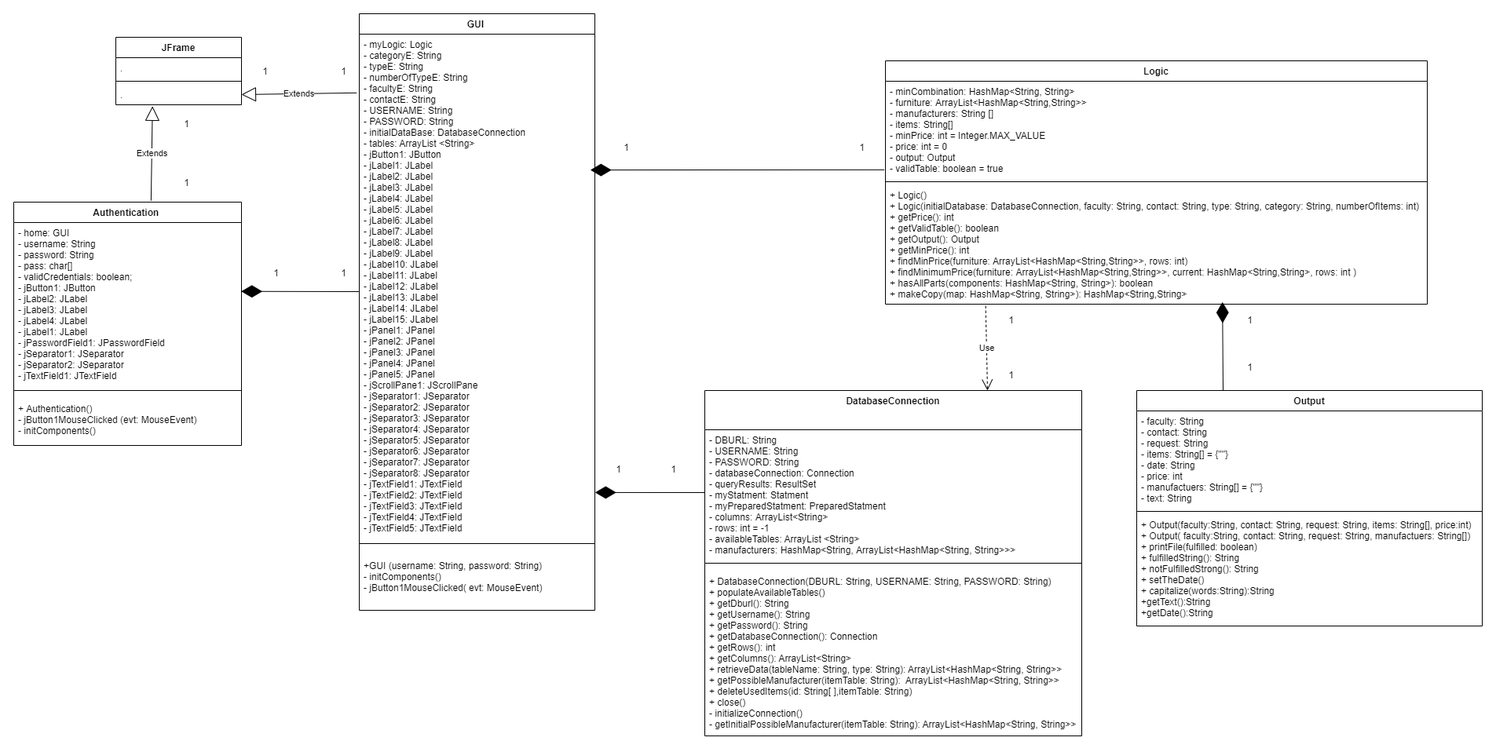
Before: submissions/UML Diagram.png, a diagram exported from draw.io (ahmeda110/Supply). Source tidied: cells renumbered, new cells last; positions are measured from the earlier drawing's top-left corner, leaving out a move shared by most shapes.
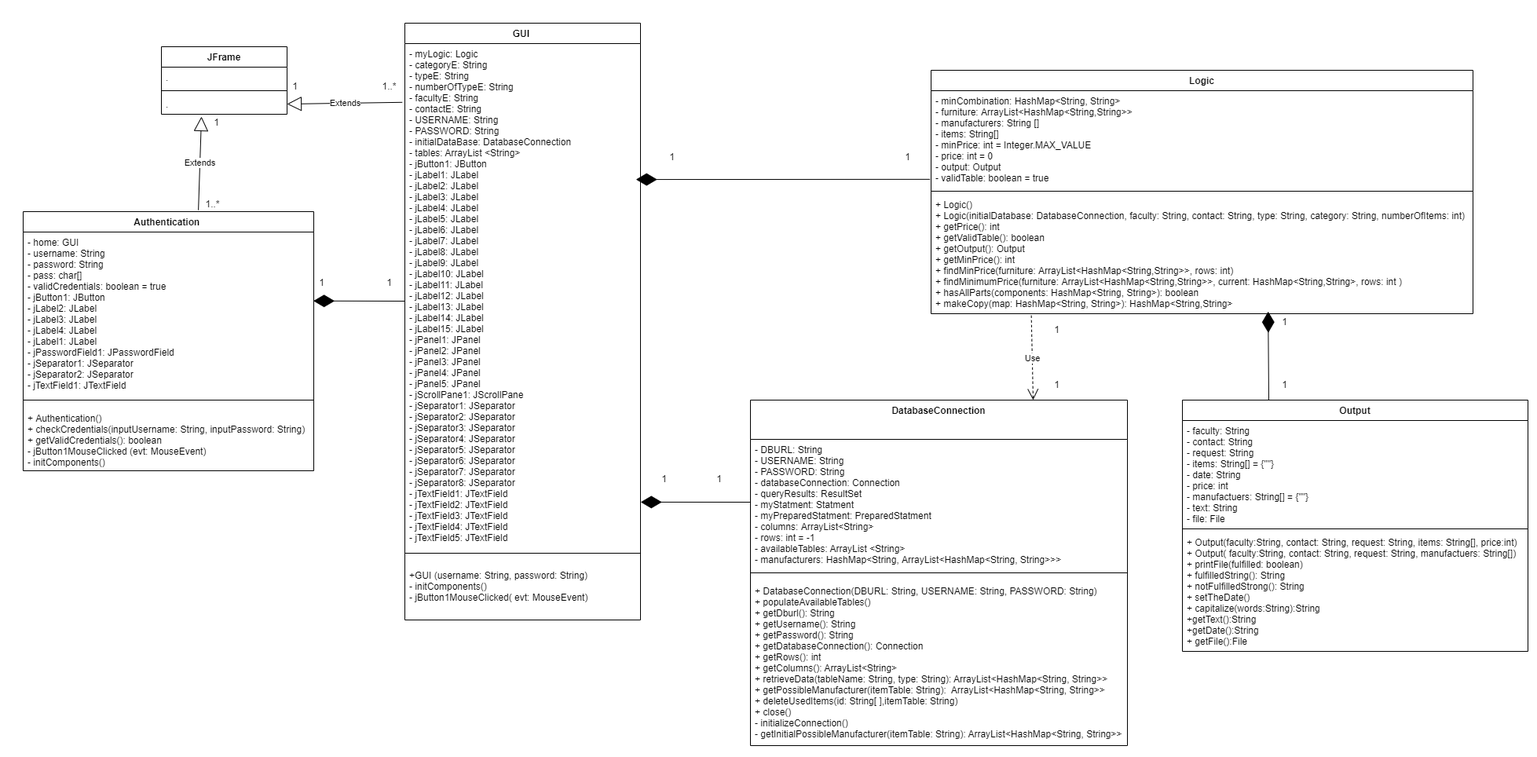
Above is the later version.

The edit, as a diff of the source:
```diff
@@ -27,16 +27,16 @@
       <mxGeometry y="690" width="300" height="60" as="geometry" />
     </mxCell>
     <mxCell id="10" value="Output" style="swimlane;fontStyle=1;align=center;verticalAlign=top;horizontal=1;startSize=26;" parent="1" vertex="1">
-      <mxGeometry x="1430" y="480" width="440" height="300" as="geometry" />
+      <mxGeometry x="1430" y="480" width="440" height="320" as="geometry" />
     </mxCell>
-    <mxCell id="11" value="- faculty: String&#10;- contact: String&#10;- request: String &#10;- items: String[] = {&quot;&quot;}&#10;- date: String&#10;- price: int&#10;- manufactuers: String[] = {&quot;&quot;}&#10;- text: String" style="text;strokeColor=none;fillColor=none;align=left;verticalAlign=top;spacingLeft=4;spacingRight=4;overflow=hidden;" parent="10" vertex="1">
-      <mxGeometry y="26" width="440" height="124" as="geometry" />
+    <mxCell id="11" value="- faculty: String&#10;- contact: String&#10;- request: String &#10;- items: String[] = {&quot;&quot;}&#10;- date: String&#10;- price: int&#10;- manufactuers: String[] = {&quot;&quot;}&#10;- text: String&#10;- file: File" style="text;strokeColor=none;fillColor=none;align=left;verticalAlign=top;spacingLeft=4;spacingRight=4;overflow=hidden;" parent="10" vertex="1">
+      <mxGeometry y="26" width="440" height="134" as="geometry" />
     </mxCell>
     <mxCell id="12" style="line;strokeWidth=1;fillColor=none;align=left;verticalAlign=middle;spacingTop=-1;spacingLeft=3;spacingRight=3;labelPosition=right;" parent="10" vertex="1">
-      <mxGeometry y="150" width="440" height="8" as="geometry" />
+      <mxGeometry y="160" width="440" height="8" as="geometry" />
     </mxCell>
-    <mxCell id="13" value="+ Output(faculty:String, contact: String, request: String, items: String[], price:int)&#10;+ Output( faculty:String, contact: String, request: String, manufactuers: String[])&#10;+ printFile(fulfilled: boolean)&#10;+ fulfilledString(): String &#10;+ notFulfilledStrong(): String&#10;+ setTheDate()&#10;+ capitalize(words:String):String&#10;+getText():String&#10;+getDate():String&#10;" style="text;strokeColor=none;fillColor=none;align=left;verticalAlign=top;spacingLeft=4;spacingRight=4;overflow=hidden;" parent="10" vertex="1">
-      <mxGeometry y="158" width="440" height="142" as="geometry" />
+    <mxCell id="13" value="+ Output(faculty:String, contact: String, request: String, items: String[], price:int)&#10;+ Output( faculty:String, contact: String, request: String, manufactuers: String[])&#10;+ printFile(fulfilled: boolean)&#10;+ fulfilledString(): String &#10;+ notFulfilledStrong(): String&#10;+ setTheDate()&#10;+ capitalize(words:String):String&#10;+getText():String&#10;+getDate():String&#10;+ getFile():File&#10;" style="text;strokeColor=none;fillColor=none;align=left;verticalAlign=top;spacingLeft=4;spacingRight=4;overflow=hidden;" parent="10" vertex="1">
+      <mxGeometry y="168" width="440" height="152" as="geometry" />
     </mxCell>
     <mxCell id="14" value="Logic" style="swimlane;fontStyle=1;align=center;verticalAlign=top;horizontal=1;startSize=26;" parent="1" vertex="1">
       <mxGeometry x="1110" y="60" width="690" height="310" as="geometry" />
@@ -51,16 +51,16 @@
       <mxGeometry y="158" width="690" height="152" as="geometry" />
     </mxCell>
     <mxCell id="18" value="Authentication " style="swimlane;fontStyle=1;align=center;verticalAlign=top;horizontal=1;startSize=26;rounded=0;shadow=0;strokeWidth=1;" parent="1" vertex="1">
-      <mxGeometry y="240" width="290" height="310" as="geometry" />
+      <mxGeometry x="-46" y="240" width="370" height="330" as="geometry" />
     </mxCell>
-    <mxCell id="19" value="- home: GUI&#10;- username: String&#10;- password: String&#10;- pass: char[]&#10;- validCredentials: boolean;&#10;- jButton1: JButton&#10;- jLabel2: JLabel&#10;- jLabel3: JLabel&#10;- jLabel4: JLabel&#10;- jLabel1: JLabel&#10;- jPasswordField1: JPasswordField&#10;- jSeparator1: JSeparator&#10;- jSeparator2: JSeparator&#10;- jTextField1: JTextField" style="text;strokeColor=none;fillColor=none;align=left;verticalAlign=top;spacingLeft=4;spacingRight=4;overflow=hidden;points=[[0,0.5],[1,0.5]];portConstraint=eastwest;" parent="18" vertex="1">
-      <mxGeometry y="26" width="290" height="204" as="geometry" />
+    <mxCell id="19" value="- home: GUI&#10;- username: String&#10;- password: String&#10;- pass: char[]&#10;- validCredentials: boolean = true&#10;- jButton1: JButton&#10;- jLabel2: JLabel&#10;- jLabel3: JLabel&#10;- jLabel4: JLabel&#10;- jLabel1: JLabel&#10;- jPasswordField1: JPasswordField&#10;- jSeparator1: JSeparator&#10;- jSeparator2: JSeparator&#10;- jTextField1: JTextField" style="text;strokeColor=none;fillColor=none;align=left;verticalAlign=top;spacingLeft=4;spacingRight=4;overflow=hidden;points=[[0,0.5],[1,0.5]];portConstraint=eastwest;" parent="18" vertex="1">
+      <mxGeometry y="26" width="370" height="204" as="geometry" />
     </mxCell>
     <mxCell id="20" style="line;html=1;strokeWidth=1;align=left;verticalAlign=middle;spacingTop=-1;spacingLeft=3;spacingRight=3;labelPosition=right;" parent="18" vertex="1">
-      <mxGeometry y="230" width="290" height="20" as="geometry" />
+      <mxGeometry y="230" width="370" height="20" as="geometry" />
     </mxCell>
-    <mxCell id="21" value="+ Authentication()&#10;- jButton1MouseClicked (evt: MouseEvent)&#10;- initComponents()" style="text;strokeColor=none;fillColor=none;align=left;verticalAlign=top;spacingLeft=4;spacingRight=4;overflow=hidden;" parent="18" vertex="1">
-      <mxGeometry y="250" width="290" height="60" as="geometry" />
+    <mxCell id="21" value="+ Authentication()&#10;+ checkCredentials(inputUsername: String, inputPassword: String)&#10;+ getValidCredentials(): boolean&#10;- jButton1MouseClicked (evt: MouseEvent)&#10;- initComponents()" style="text;strokeColor=none;fillColor=none;align=left;verticalAlign=top;spacingLeft=4;spacingRight=4;overflow=hidden;" parent="18" vertex="1">
+      <mxGeometry y="250" width="370" height="80" as="geometry" />
     </mxCell>
     <mxCell id="22" style="endArrow=diamondThin;endFill=1;endSize=24;html=1;exitX=0;exitY=0.5;exitDx=0;exitDy=0;entryX=1.001;entryY=0.921;entryDx=0;entryDy=0;entryPerimeter=0;" parent="1" edge="1" source="3" target="7">
       <mxGeometry relative="1" as="geometry" />
@@ -77,7 +77,7 @@
     <mxCell id="26" value="." style="text;strokeColor=none;fillColor=none;align=left;verticalAlign=top;spacingLeft=4;spacingRight=4;overflow=hidden;points=[[0,0.5],[1,0.5]];portConstraint=eastwest;" parent="23" vertex="1">
       <mxGeometry y="60" width="160" height="26" as="geometry" />
     </mxCell>
-    <mxCell id="27" value="Extends" style="endArrow=block;endSize=16;endFill=0;html=1;entryX=0.292;entryY=1.071;entryDx=0;entryDy=0;exitX=0.603;exitY=-0.006;exitDx=0;exitDy=0;exitPerimeter=0;entryPerimeter=0;" parent="1" edge="1" source="18" target="26">
+    <mxCell id="27" value="Extends" style="endArrow=block;endSize=16;endFill=0;html=1;exitX=0.603;exitY=-0.006;exitDx=0;exitDy=0;exitPerimeter=0;entryX=0.319;entryY=1.115;entryDx=0;entryDy=0;entryPerimeter=0;" parent="1" edge="1" source="18" target="26">
       <mxGeometry relative="1" as="geometry" />
     </mxCell>
     <mxCell id="28" value="Extends" style="endArrow=block;endSize=16;endFill=0;html=1;entryX=1;entryY=0.5;entryDx=0;entryDy=0;exitX=-0.011;exitY=0.118;exitDx=0;exitDy=0;exitPerimeter=0;" parent="1" edge="1" source="7" target="26">
@@ -98,10 +98,10 @@
       <mxGeometry relative="1" as="geometry" />
     </mxCell>
     <mxCell id="33" value="1" style="text;html=1;align=center;verticalAlign=middle;strokeColor=none;" parent="1" vertex="1">
-      <mxGeometry x="310" y="63" width="20" height="20" as="geometry" />
+      <mxGeometry x="290" y="70" width="20" height="20" as="geometry" />
     </mxCell>
-    <mxCell id="34" value="1" style="text;html=1;align=center;verticalAlign=middle;strokeColor=none;" parent="1" vertex="1">
-      <mxGeometry x="410" y="63" width="20" height="20" as="geometry" />
+    <mxCell id="34" value="1..*" style="text;html=1;align=center;verticalAlign=middle;strokeColor=none;" parent="1" vertex="1">
+      <mxGeometry x="405" y="70" width="30" height="20" as="geometry" />
     </mxCell>
     <mxCell id="35" value="1" style="text;html=1;align=center;verticalAlign=middle;strokeColor=none;" parent="1" vertex="1">
       <mxGeometry x="770" y="160" width="20" height="20" as="geometry" />
@@ -128,16 +128,16 @@
       <mxGeometry x="1260" y="450" width="20" height="20" as="geometry" />
     </mxCell>
     <mxCell id="43" value="1" style="text;html=1;align=center;verticalAlign=middle;strokeColor=none;" parent="1" vertex="1">
-      <mxGeometry x="1564" y="380" width="20" height="20" as="geometry" />
+      <mxGeometry x="1550" y="370" width="20" height="20" as="geometry" />
     </mxCell>
     <mxCell id="44" value="1" style="text;html=1;align=center;verticalAlign=middle;strokeColor=none;" parent="1" vertex="1">
-      <mxGeometry x="1564" y="440" width="20" height="20" as="geometry" />
+      <mxGeometry x="1550" y="450" width="20" height="20" as="geometry" />
     </mxCell>
     <mxCell id="45" value="1" style="text;html=1;align=center;verticalAlign=middle;strokeColor=none;" parent="1" vertex="1">
-      <mxGeometry x="210" y="130" width="20" height="20" as="geometry" />
+      <mxGeometry x="190" y="116" width="20" height="20" as="geometry" />
     </mxCell>
-    <mxCell id="46" value="1" style="text;html=1;align=center;verticalAlign=middle;strokeColor=none;" parent="1" vertex="1">
-      <mxGeometry x="210" y="205" width="20" height="20" as="geometry" />
+    <mxCell id="46" value="1..*" style="text;html=1;align=center;verticalAlign=middle;strokeColor=none;" parent="1" vertex="1">
+      <mxGeometry x="180" y="220" width="30" height="20" as="geometry" />
     </mxCell>
   </root>
 </mxGraphModel>
```
